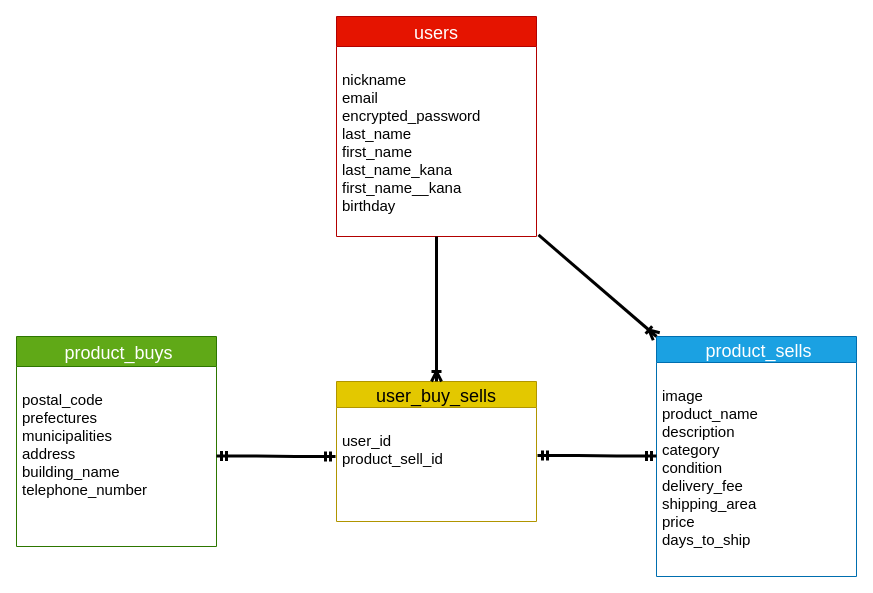
This is app/detabase.dio from akinari-o/furima-36387, a draw.io file, before an edit. Source tidied: cells renumbered, new cells numbered last; positions are measured from the earlier drawing's top-left corner, leaving out a move shared by most shapes. Both pictures are drawn from the tidied source at 100%, with x=0, y=0 at pixel (16, 16).
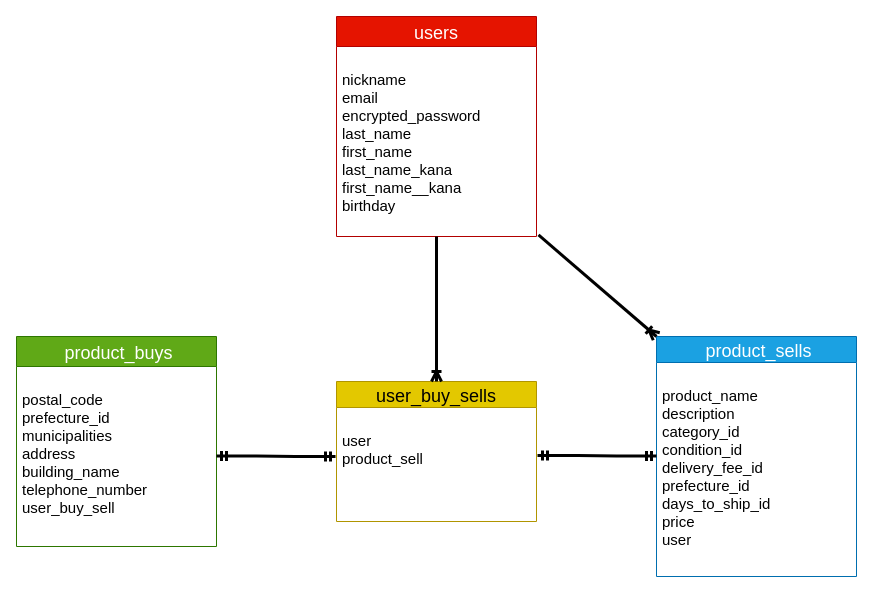
The same page after the edit.

Diff of the diagram source:
```diff
@@
 <mxGraphModel>
   <root>
     <mxCell id="0" />
     <mxCell id="1" parent="0" />
     <mxCell id="2" value=" product_buys" style="swimlane;fontStyle=0;horizontal=1;startSize=30;align=center;fontSize=18;labelBackgroundColor=none;labelBorderColor=none;fillColor=#60a917;strokeColor=#2D7600;fontColor=#ffffff;" parent="1" vertex="1">
       <mxGeometry y="320" width="200" height="210" as="geometry" />
     </mxCell>
-    <mxCell id="3" value="&#10;postal_code&#10;prefectures&#10;municipalities&#10;address&#10;building_name&#10;telephone_number&#10;&#10;&#10;" style="text;strokeColor=none;fillColor=none;spacingLeft=4;spacingRight=4;overflow=hidden;fontSize=15;" parent="2" vertex="1">
+    <mxCell id="3" value="&#10;postal_code&#10;prefecture_id&#10;municipalities&#10;address&#10;building_name&#10;telephone_number&#10;user_buy_sell&#10;&#10;" style="text;strokeColor=none;fillColor=none;spacingLeft=4;spacingRight=4;overflow=hidden;fontSize=15;" parent="2" vertex="1">
       <mxGeometry y="30" width="200" height="180" as="geometry" />
     </mxCell>
     <mxCell id="4" value="users" style="swimlane;fontStyle=0;horizontal=1;startSize=30;align=center;fontSize=18;fillColor=#e51400;strokeColor=#B20000;fontColor=#ffffff;" parent="1" vertex="1">
       <mxGeometry x="320" width="200" height="220" as="geometry" />
     </mxCell>
     <mxCell id="5" value="&#10;nickname&#10;email &#10;encrypted_password&#10;last_name&#10;first_name&#10;last_name_kana&#10;first_name__kana&#10;birthday&#10;" style="text;strokeColor=none;fillColor=none;spacingLeft=4;spacingRight=4;overflow=hidden;points=[[0,0.5],[1,0.5]];portConstraint=eastwest;fontSize=15;" parent="4" vertex="1">
       <mxGeometry y="30" width="200" height="190" as="geometry" />
     </mxCell>
     <mxCell id="6" value=" product_sells" style="swimlane;fontStyle=0;horizontal=1;startSize=26;align=center;fontSize=18;fillColor=#1ba1e2;strokeColor=#006EAF;fontColor=#ffffff;" parent="1" vertex="1">
       <mxGeometry x="640" y="320" width="200" height="240" as="geometry" />
     </mxCell>
-    <mxCell id="7" value="&#10;image&#10;product_name&#10;description&#10;category&#10;condition&#10;delivery_fee&#10;shipping_area&#10;price&#10;days_to_ship&#10;&#10;&#10;" style="text;strokeColor=none;fillColor=none;spacingLeft=4;spacingRight=4;overflow=hidden;fontSize=15;" parent="6" vertex="1">
+    <mxCell id="7" value="&#10;product_name&#10;description&#10;category_id&#10;condition_id&#10;delivery_fee_id&#10;prefecture_id&#10;days_to_ship_id&#10;price&#10;user&#10;&#10;&#10;" style="text;strokeColor=none;fillColor=none;spacingLeft=4;spacingRight=4;overflow=hidden;fontSize=15;" parent="6" vertex="1">
       <mxGeometry y="26" width="200" height="214" as="geometry" />
     </mxCell>
     <mxCell id="8" value="user_buy_sells" style="swimlane;fontStyle=0;horizontal=1;startSize=26;align=center;fontSize=18;labelBackgroundColor=none;fillColor=#e3c800;strokeColor=#B09500;fontColor=#000000;" parent="1" vertex="1">
       <mxGeometry x="320" y="365" width="200" height="140" as="geometry" />
     </mxCell>
-    <mxCell id="9" value="&#10;user_id&#10;product_sell_id" style="text;strokeColor=none;fillColor=none;spacingLeft=4;spacingRight=4;overflow=hidden;points=[[0,0.5],[1,0.5]];portConstraint=eastwest;fontSize=15;" parent="8" vertex="1">
+    <mxCell id="9" value="&#10;user&#10;product_sell" style="text;strokeColor=none;fillColor=none;spacingLeft=4;spacingRight=4;overflow=hidden;points=[[0,0.5],[1,0.5]];portConstraint=eastwest;fontSize=15;" parent="8" vertex="1">
       <mxGeometry y="26" width="200" height="114" as="geometry" />
     </mxCell>
     <mxCell id="10" style="edgeStyle=entityRelationEdgeStyle;fontSize=12;html=1;endArrow=ERoneToMany;strokeColor=none;rounded=0;strokeWidth=5;" parent="1" edge="1">
       <mxGeometry relative="1" as="geometry">
         <mxPoint x="240" y="80" as="sourcePoint" />
         <mxPoint x="110" y="300" as="targetPoint" />
       </mxGeometry>
     </mxCell>
     <mxCell id="11" style="fontSize=12;html=1;endArrow=ERoneToMany;strokeWidth=3;entryX=0;entryY=0;entryDx=0;entryDy=0;exitX=1.01;exitY=0.992;exitDx=0;exitDy=0;exitPerimeter=0;" parent="1" edge="1" source="5" target="6">
       <mxGeometry relative="1" as="geometry" />
     </mxCell>
     <mxCell id="12" style="fontSize=12;html=1;endArrow=ERoneToMany;strokeWidth=3;entryX=0.5;entryY=0;entryDx=0;entryDy=0;" parent="1" edge="1" target="8">
       <mxGeometry relative="1" as="geometry">
         <mxPoint x="420" y="220" as="sourcePoint" />
       </mxGeometry>
     </mxCell>
     <mxCell id="13" style="edgeStyle=entityRelationEdgeStyle;fontSize=12;html=1;endArrow=ERmandOne;startArrow=ERmandOne;strokeWidth=3;exitX=1.005;exitY=0.421;exitDx=0;exitDy=0;exitPerimeter=0;" parent="1" edge="1" source="9">
       <mxGeometry relative="1" as="geometry">
         <mxPoint x="640" y="439.5" as="targetPoint" />
       </mxGeometry>
     </mxCell>
     <mxCell id="14" style="edgeStyle=entityRelationEdgeStyle;fontSize=12;html=1;endArrow=ERmandOne;startArrow=ERmandOne;strokeWidth=3;exitX=1.005;exitY=0.421;exitDx=0;exitDy=0;exitPerimeter=0;" parent="1" edge="1">
       <mxGeometry relative="1" as="geometry">
         <mxPoint x="200" y="439.5" as="sourcePoint" />
         <mxPoint x="319" y="440" as="targetPoint" />
       </mxGeometry>
     </mxCell>
   </root>
 </mxGraphModel>
```
